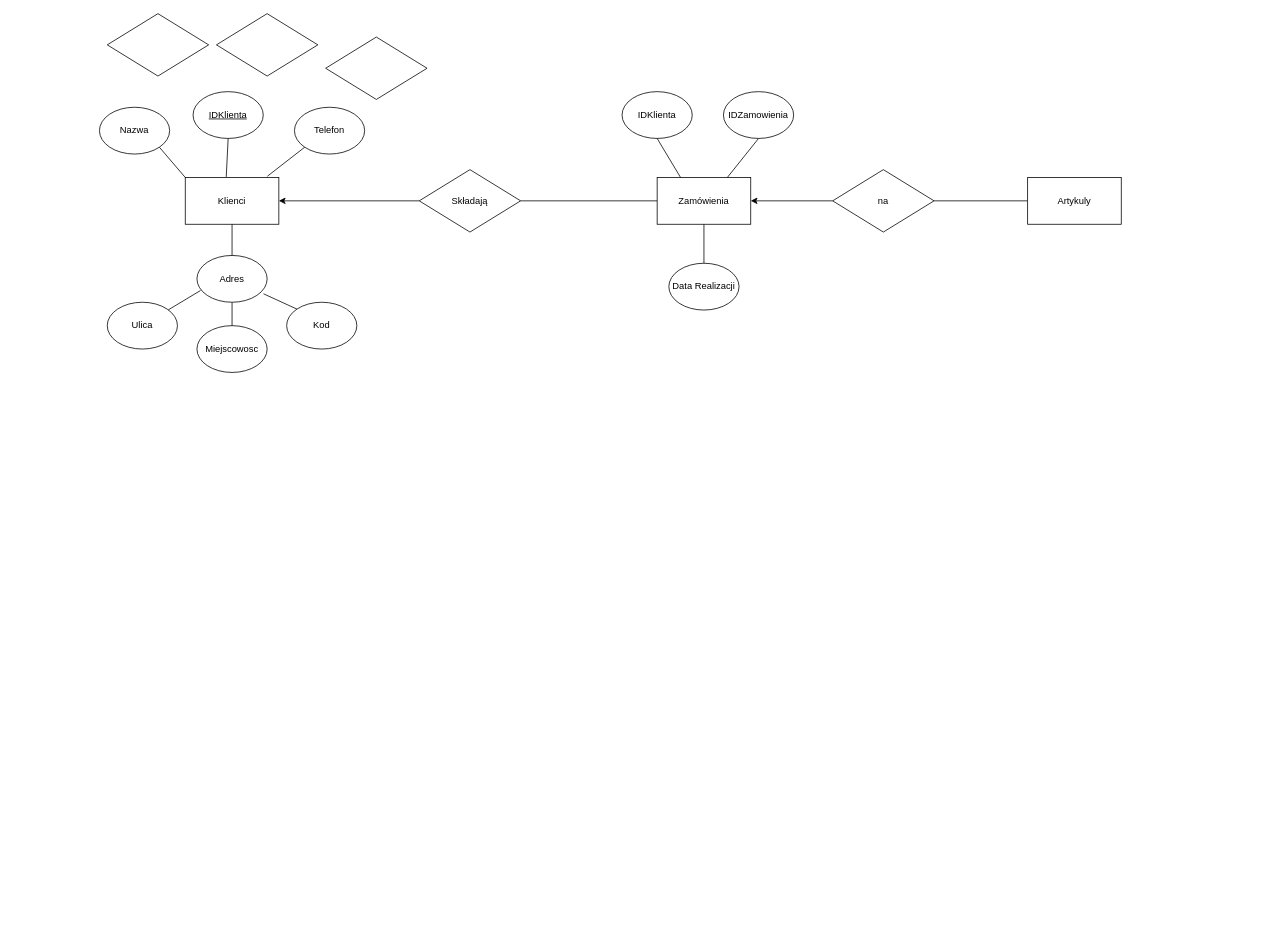
Earlier version of the draw.io diagram Untitled Diagram.drawio (jniktw/bazydanychGIN). Source tidied: cells renumbered, new cells numbered last; positions are measured from the earlier drawing's top-left corner, leaving out a move shared by most shapes. Both pictures are drawn from the tidied source at 78%, with x=0, y=0 at pixel (99, 13).
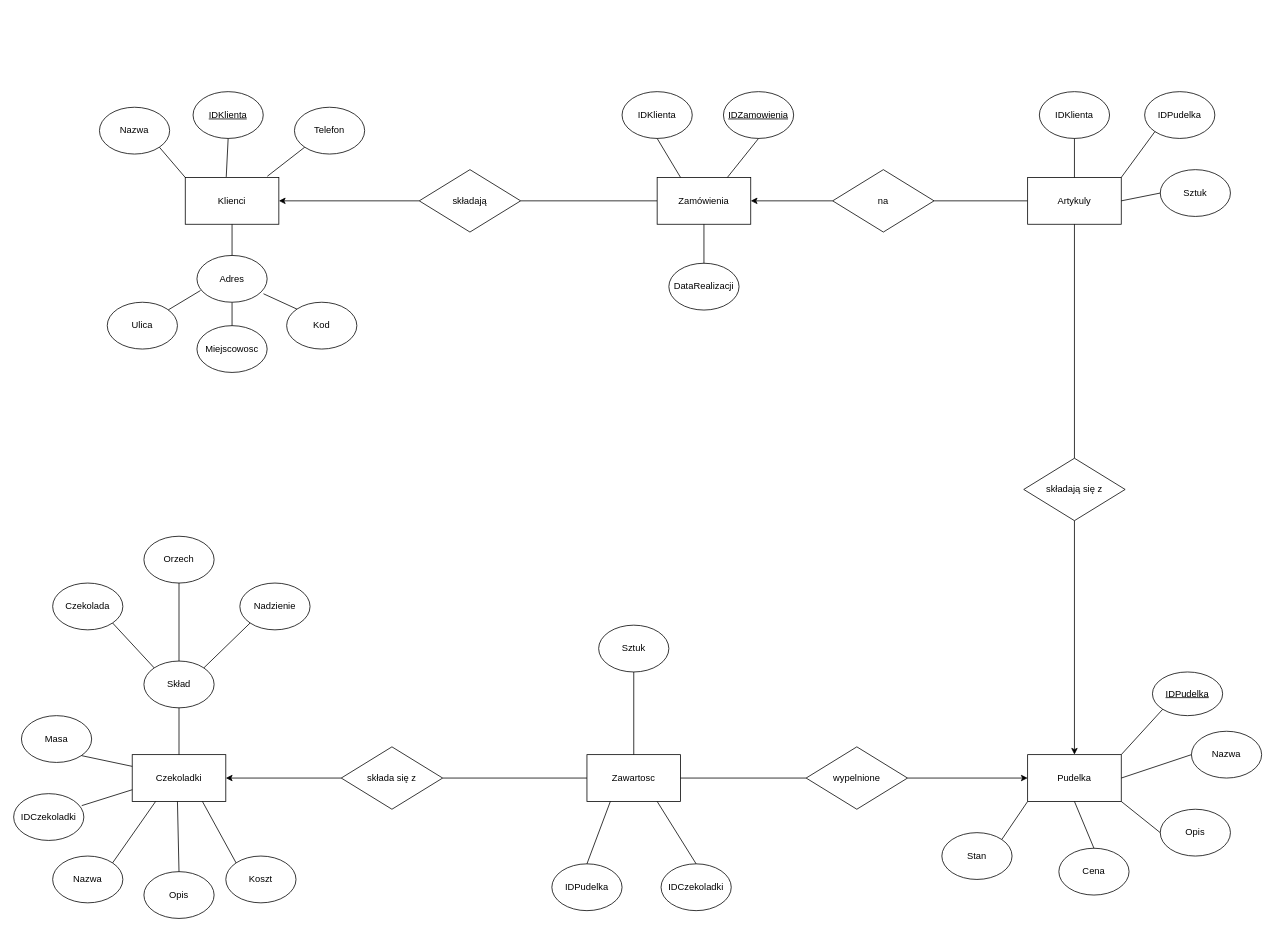
Above is the later version.

The change refers to these unchanged cells:
```xml
<mxCell id="33" value="Artykuly" style="rounded=0;whiteSpace=wrap;html=1;" parent="1" vertex="1">
  <mxGeometry x="1190" y="210" width="120" height="60" as="geometry" />
</mxCell>
```

Diff of the diagram source:
```diff
@@
-    <mxCell id="15" style="rhombus;whiteSpace=wrap;html=1;" parent="1" vertex="1">
-      <mxGeometry x="10" width="130" height="80" as="geometry" />
-    </mxCell>
-    <mxCell id="16" style="rhombus;whiteSpace=wrap;html=1;" parent="1" vertex="1">
-      <mxGeometry x="150" width="130" height="80" as="geometry" />
+    <mxCell id="16" value="składa się z" style="rhombus;whiteSpace=wrap;html=1;" parent="1" vertex="1">
+      <mxGeometry x="310" y="940" width="130" height="80" as="geometry" />
     </mxCell>
@@
-    <mxCell id="18" style="rhombus;whiteSpace=wrap;html=1;" parent="1" vertex="1">
-      <mxGeometry x="290" y="30" width="130" height="80" as="geometry" />
+    <mxCell id="18" value="wypelnione" style="rhombus;whiteSpace=wrap;html=1;" parent="1" vertex="1">
+      <mxGeometry x="906" y="940" width="130" height="80" as="geometry" />
     </mxCell>
@@
-    <mxCell id="24" value="Składają" style="rhombus;whiteSpace=wrap;html=1;" parent="1" vertex="1">
+    <mxCell id="24" value="składają" style="rhombus;whiteSpace=wrap;html=1;" parent="1" vertex="1">
       <mxGeometry x="410" y="200" width="130" height="80" as="geometry" />
     </mxCell>
-    <mxCell id="25" value="Data Realizacji" style="ellipse;whiteSpace=wrap;html=1;" parent="1" vertex="1">
+    <mxCell id="25" value="DataRealizacji" style="ellipse;whiteSpace=wrap;html=1;" parent="1" vertex="1">
       <mxGeometry x="730" y="320" width="90" height="60" as="geometry" />
     </mxCell>
-    <mxCell id="26" value="IDZamowienia" style="ellipse;whiteSpace=wrap;html=1;" parent="1" vertex="1">
+    <mxCell id="26" value="&lt;u&gt;IDZamowienia&lt;/u&gt;" style="ellipse;whiteSpace=wrap;html=1;" parent="1" vertex="1">
       <mxGeometry x="800" y="100" width="90" height="60" as="geometry" />
     </mxCell>
@@
+    <mxCell id="34" value="składają się z" style="rhombus;whiteSpace=wrap;html=1;" parent="1" vertex="1">
+      <mxGeometry x="1185" y="570" width="130" height="80" as="geometry" />
+    </mxCell>
+    <mxCell id="35" value="IDKlienta" style="ellipse;whiteSpace=wrap;html=1;" parent="1" vertex="1">
+      <mxGeometry x="1205" y="100" width="90" height="60" as="geometry" />
+    </mxCell>
+    <mxCell id="36" value="IDPudelka" style="ellipse;whiteSpace=wrap;html=1;" parent="1" vertex="1">
+      <mxGeometry x="1340" y="100" width="90" height="60" as="geometry" />
+    </mxCell>
+    <mxCell id="37" value="Sztuk" style="ellipse;whiteSpace=wrap;html=1;" parent="1" vertex="1">
+      <mxGeometry x="1360" y="200" width="90" height="60" as="geometry" />
+    </mxCell>
+    <mxCell id="38" style="endArrow=none;html=1;rounded=0;entryX=0.5;entryY=1;entryDx=0;entryDy=0;exitX=0.5;exitY=0;exitDx=0;exitDy=0;" parent="1" edge="1" source="33" target="35">
+      <mxGeometry relative="1" as="geometry" />
+    </mxCell>
+    <mxCell id="39" style="endArrow=none;html=1;rounded=0;entryX=0;entryY=1;entryDx=0;entryDy=0;exitX=1;exitY=0;exitDx=0;exitDy=0;" parent="1" edge="1" source="33" target="36">
+      <mxGeometry relative="1" as="geometry" />
+    </mxCell>
+    <mxCell id="40" style="endArrow=none;html=1;rounded=0;entryX=0;entryY=0.5;entryDx=0;entryDy=0;exitX=1;exitY=0.5;exitDx=0;exitDy=0;" parent="1" edge="1" source="33" target="37">
+      <mxGeometry relative="1" as="geometry" />
+    </mxCell>
+    <mxCell id="41" style="endArrow=none;html=1;rounded=0;entryX=0.5;entryY=1;entryDx=0;entryDy=0;exitX=0.5;exitY=0;exitDx=0;exitDy=0;" parent="1" edge="1" source="34" target="33">
+      <mxGeometry relative="1" as="geometry" />
+    </mxCell>
+    <mxCell id="42" value="Pudelka" style="rounded=0;whiteSpace=wrap;html=1;" parent="1" vertex="1">
+      <mxGeometry x="1190" y="950" width="120" height="60" as="geometry" />
+    </mxCell>
+    <mxCell id="43" style="endArrow=classic;html=1;rounded=0;entryX=0.5;entryY=0;entryDx=0;entryDy=0;exitX=0.5;exitY=1;exitDx=0;exitDy=0;" parent="1" edge="1" source="34" target="42">
+      <mxGeometry relative="1" as="geometry" />
+    </mxCell>
+    <mxCell id="44" value="Stan" style="ellipse;whiteSpace=wrap;html=1;" parent="1" vertex="1">
+      <mxGeometry x="1080" y="1050" width="90" height="60" as="geometry" />
+    </mxCell>
+    <mxCell id="45" value="Cena" style="ellipse;whiteSpace=wrap;html=1;" parent="1" vertex="1">
+      <mxGeometry x="1230" y="1070" width="90" height="60" as="geometry" />
+    </mxCell>
+    <mxCell id="46" value="&lt;u&gt;IDPudelka&lt;/u&gt;" style="ellipse;whiteSpace=wrap;html=1;" parent="1" vertex="1">
+      <mxGeometry x="1350" y="844" width="90" height="56" as="geometry" />
+    </mxCell>
+    <mxCell id="47" value="Opis" style="ellipse;whiteSpace=wrap;html=1;" parent="1" vertex="1">
+      <mxGeometry x="1360" y="1020" width="90" height="60" as="geometry" />
+    </mxCell>
+    <mxCell id="48" value="Nazwa" style="ellipse;whiteSpace=wrap;html=1;" parent="1" vertex="1">
+      <mxGeometry x="1400" y="920" width="90" height="60" as="geometry" />
+    </mxCell>
+    <mxCell id="49" style="endArrow=none;html=1;rounded=0;entryX=0;entryY=1;entryDx=0;entryDy=0;exitX=1;exitY=0;exitDx=0;exitDy=0;" parent="1" edge="1" source="44" target="42">
+      <mxGeometry relative="1" as="geometry" />
+    </mxCell>
+    <mxCell id="50" style="endArrow=none;html=1;rounded=0;entryX=0;entryY=1;entryDx=0;entryDy=0;exitX=1;exitY=0;exitDx=0;exitDy=0;" parent="1" edge="1" source="42" target="46">
+      <mxGeometry relative="1" as="geometry" />
+    </mxCell>
+    <mxCell id="51" style="endArrow=none;html=1;rounded=0;entryX=0.5;entryY=0;entryDx=0;entryDy=0;exitX=0.5;exitY=1;exitDx=0;exitDy=0;" parent="1" edge="1" source="42" target="45">
+      <mxGeometry relative="1" as="geometry" />
+    </mxCell>
+    <mxCell id="52" style="endArrow=none;html=1;rounded=0;entryX=0;entryY=0.5;entryDx=0;entryDy=0;exitX=1;exitY=1;exitDx=0;exitDy=0;" parent="1" edge="1" source="42" target="47">
+      <mxGeometry relative="1" as="geometry" />
+    </mxCell>
+    <mxCell id="53" style="endArrow=none;html=1;rounded=0;entryX=0;entryY=0.5;entryDx=0;entryDy=0;exitX=1;exitY=0.5;exitDx=0;exitDy=0;" parent="1" edge="1" source="42" target="48">
+      <mxGeometry relative="1" as="geometry" />
+    </mxCell>
+    <mxCell id="54" value="Zawartosc" style="rounded=0;whiteSpace=wrap;html=1;" parent="1" vertex="1">
+      <mxGeometry x="625" y="950" width="120" height="60" as="geometry" />
+    </mxCell>
+    <mxCell id="55" value="Czekoladki" style="rounded=0;whiteSpace=wrap;html=1;" parent="1" vertex="1">
+      <mxGeometry x="42" y="950" width="120" height="60" as="geometry" />
+    </mxCell>
+    <mxCell id="56" style="endArrow=classic;html=1;rounded=0;entryX=0;entryY=0.5;entryDx=0;entryDy=0;exitX=1;exitY=0.5;exitDx=0;exitDy=0;" parent="1" edge="1" source="18" target="42">
+      <mxGeometry relative="1" as="geometry" />
+    </mxCell>
+    <mxCell id="57" style="endArrow=none;html=1;rounded=0;entryX=0;entryY=0.5;entryDx=0;entryDy=0;exitX=1;exitY=0.5;exitDx=0;exitDy=0;" parent="1" edge="1" source="54" target="18">
+      <mxGeometry relative="1" as="geometry" />
+    </mxCell>
+    <mxCell id="58" value="Sztuk" style="ellipse;whiteSpace=wrap;html=1;" parent="1" vertex="1">
+      <mxGeometry x="640" y="784" width="90" height="60" as="geometry" />
+    </mxCell>
+    <mxCell id="59" value="IDCzekoladki" style="ellipse;whiteSpace=wrap;html=1;" parent="1" vertex="1">
+      <mxGeometry x="720" y="1090" width="90" height="60" as="geometry" />
+    </mxCell>
+    <mxCell id="60" value="IDPudelka" style="ellipse;whiteSpace=wrap;html=1;" parent="1" vertex="1">
+      <mxGeometry x="580" y="1090" width="90" height="60" as="geometry" />
+    </mxCell>
+    <mxCell id="61" style="endArrow=none;html=1;rounded=0;exitX=0.5;exitY=0;exitDx=0;exitDy=0;entryX=0.5;entryY=1;entryDx=0;entryDy=0;" parent="1" edge="1" source="54" target="58">
+      <mxGeometry relative="1" as="geometry" />
+    </mxCell>
+    <mxCell id="62" style="endArrow=none;html=1;rounded=0;entryX=0.25;entryY=1;entryDx=0;entryDy=0;exitX=0.5;exitY=0;exitDx=0;exitDy=0;" parent="1" edge="1" source="60" target="54">
+      <mxGeometry relative="1" as="geometry" />
+    </mxCell>
+    <mxCell id="63" style="endArrow=none;html=1;rounded=0;exitX=0.5;exitY=0;exitDx=0;exitDy=0;entryX=0.75;entryY=1;entryDx=0;entryDy=0;" parent="1" edge="1" source="59" target="54">
+      <mxGeometry relative="1" as="geometry" />
+    </mxCell>
+    <mxCell id="64" style="endArrow=none;html=1;rounded=0;exitX=1;exitY=0.5;exitDx=0;exitDy=0;entryX=0;entryY=0.5;entryDx=0;entryDy=0;" parent="1" edge="1" source="16" target="54">
+      <mxGeometry relative="1" as="geometry" />
+    </mxCell>
+    <mxCell id="65" style="endArrow=classic;html=1;rounded=0;entryX=1;entryY=0.5;entryDx=0;entryDy=0;exitX=0;exitY=0.5;exitDx=0;exitDy=0;" parent="1" edge="1" source="16" target="55">
+      <mxGeometry relative="1" as="geometry" />
+    </mxCell>
+    <mxCell id="66" value="Nazwa" style="ellipse;whiteSpace=wrap;html=1;" parent="1" vertex="1">
+      <mxGeometry x="-60" y="1080" width="90" height="60" as="geometry" />
+    </mxCell>
+    <mxCell id="67" value="Opis" style="ellipse;whiteSpace=wrap;html=1;" parent="1" vertex="1">
+      <mxGeometry x="57" y="1100" width="90" height="60" as="geometry" />
+    </mxCell>
+    <mxCell id="68" value="Koszt" style="ellipse;whiteSpace=wrap;html=1;" parent="1" vertex="1">
+      <mxGeometry x="162" y="1080" width="90" height="60" as="geometry" />
+    </mxCell>
+    <mxCell id="69" value="Nadzienie" style="ellipse;whiteSpace=wrap;html=1;" parent="1" vertex="1">
+      <mxGeometry x="180" y="730" width="90" height="60" as="geometry" />
+    </mxCell>
+    <mxCell id="70" value="Orzech" style="ellipse;whiteSpace=wrap;html=1;" parent="1" vertex="1">
+      <mxGeometry x="57" y="670" width="90" height="60" as="geometry" />
+    </mxCell>
+    <mxCell id="71" value="Czekolada" style="ellipse;whiteSpace=wrap;html=1;" parent="1" vertex="1">
+      <mxGeometry x="-60" y="730" width="90" height="60" as="geometry" />
+    </mxCell>
+    <mxCell id="72" value="Skład" style="ellipse;whiteSpace=wrap;html=1;" parent="1" vertex="1">
+      <mxGeometry x="57" y="830" width="90" height="60" as="geometry" />
+    </mxCell>
+    <mxCell id="73" style="endArrow=none;html=1;rounded=0;exitX=1;exitY=0;exitDx=0;exitDy=0;entryX=0;entryY=1;entryDx=0;entryDy=0;" parent="1" edge="1" source="72" target="69">
+      <mxGeometry relative="1" as="geometry" />
+    </mxCell>
+    <mxCell id="74" style="endArrow=none;html=1;rounded=0;exitX=0.5;exitY=0;exitDx=0;exitDy=0;entryX=0.5;entryY=1;entryDx=0;entryDy=0;" parent="1" edge="1" source="72" target="70">
+      <mxGeometry relative="1" as="geometry" />
+    </mxCell>
+    <mxCell id="75" style="endArrow=none;html=1;rounded=0;exitX=0;exitY=0;exitDx=0;exitDy=0;entryX=1;entryY=1;entryDx=0;entryDy=0;" parent="1" edge="1" source="72" target="71">
+      <mxGeometry relative="1" as="geometry" />
+    </mxCell>
+    <mxCell id="76" style="endArrow=none;html=1;rounded=0;exitX=0.5;exitY=0;exitDx=0;exitDy=0;entryX=0.5;entryY=1;entryDx=0;entryDy=0;" parent="1" edge="1" source="55" target="72">
+      <mxGeometry relative="1" as="geometry" />
+    </mxCell>
+    <mxCell id="77" value="Masa" style="ellipse;whiteSpace=wrap;html=1;" parent="1" vertex="1">
+      <mxGeometry x="-100" y="900" width="90" height="60" as="geometry" />
+    </mxCell>
+    <mxCell id="78" value="IDCzekoladki" style="ellipse;whiteSpace=wrap;html=1;" parent="1" vertex="1">
+      <mxGeometry x="-110" y="1000" width="90" height="60" as="geometry" />
+    </mxCell>
+    <mxCell id="79" style="endArrow=none;html=1;rounded=0;exitX=0;exitY=0.25;exitDx=0;exitDy=0;entryX=1;entryY=1;entryDx=0;entryDy=0;" parent="1" edge="1" source="55" target="77">
+      <mxGeometry relative="1" as="geometry" />
+    </mxCell>
+    <mxCell id="80" style="endArrow=none;html=1;rounded=0;exitX=0;exitY=0.75;exitDx=0;exitDy=0;entryX=0.97;entryY=0.256;entryDx=0;entryDy=0;entryPerimeter=0;" parent="1" edge="1" source="55" target="78">
+      <mxGeometry relative="1" as="geometry" />
+    </mxCell>
+    <mxCell id="81" style="endArrow=none;html=1;rounded=0;exitX=0.25;exitY=1;exitDx=0;exitDy=0;entryX=1;entryY=0;entryDx=0;entryDy=0;" parent="1" edge="1" source="55" target="66">
+      <mxGeometry relative="1" as="geometry" />
+    </mxCell>
+    <mxCell id="82" style="endArrow=none;html=1;rounded=0;entryX=0.5;entryY=0;entryDx=0;entryDy=0;" parent="1" edge="1" target="67">
+      <mxGeometry relative="1" as="geometry">
+        <mxPoint x="100" y="1010" as="sourcePoint" />
+      </mxGeometry>
+    </mxCell>
+    <mxCell id="83" style="endArrow=none;html=1;rounded=0;exitX=0.75;exitY=1;exitDx=0;exitDy=0;entryX=0;entryY=0;entryDx=0;entryDy=0;" parent="1" edge="1" source="55" target="68">
+      <mxGeometry relative="1" as="geometry" />
+    </mxCell>
```
